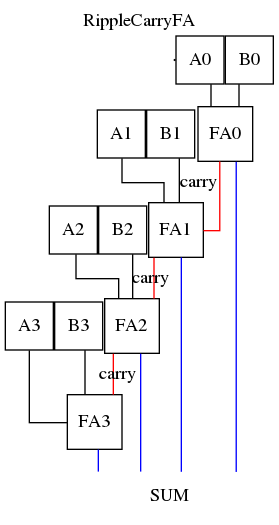
Before: img/FA.png, a diagram exported from Graphviz (BarakBinyamin/RippleCarryFA). Its source is kept beside it as img/FA.dot.
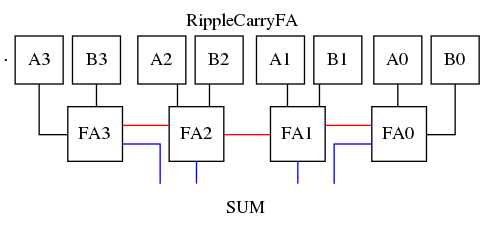
The same diagram one commit later.

Diff of the diagram source:
```diff
@@ -1,5 +1,5 @@
        digraph D {
-graph [splines=ortho, nodesep=.01, ranksep=.01, overlap=scale]
+graph [splines=ortho, nodesep=.1, ranksep=.1, overlap=scale]
 edge [arrowhead=none]
 labelloc="t";
 label="RippleCarryFA (generic alu with N=4)";
@@ -8,22 +8,22 @@
                 RippleCarryFA [shape=point,width=.01,height=.1];
 		Y [shape=none, width=2 label="SUM"]
 		node [shape=square]
+		A3 -> FA3
+		B3 -> FA3
+		A2 -> FA2
+		B2 -> FA2
+                A1 -> FA1
+		B1 -> FA1
 		A0 -> FA0
 		B0 -> FA0
-		A1 -> FA1
-		B1 -> FA1
-		A2 -> FA2
-		B2 -> FA2
-		A3 -> FA3
-		B3 -> FA3
 
 		edge [color=red, label="carry"]
-		FA0->FA1->FA2->FA3
+		FA3->FA2->FA1->FA0
 		edge [color=blue, label=""]
+		FA3 -> Y
+		FA2 -> Y
+  		FA1 -> Y
 		FA0 -> Y
-  		FA1 -> Y
-		FA2 -> Y
-		FA3 -> Y
-
+		{rank=same; FA3 FA2 FA1 FA0 }
 
 }
```
